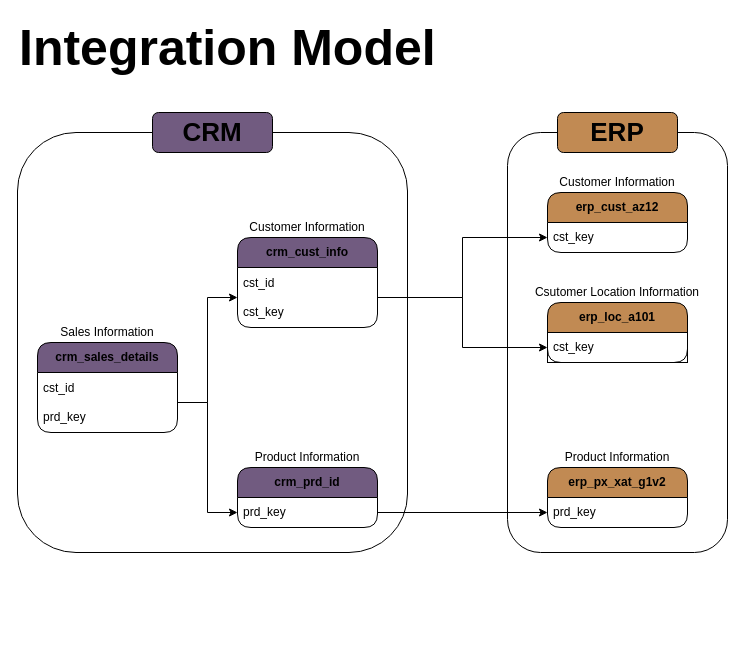
NickZuidema/SQL_CRM_ERP_Data_Warehouse keeps this draw.io diagram as data_architecture/integration_model.drawio. Above is the earlier version. Source tidied: cells renumbered, new cells numbered last; positions are measured from the earlier drawing's top-left corner, leaving out a move shared by most shapes. Both pictures are drawn from the tidied source at 100%, with x=0, y=0 at pixel (17, 32).
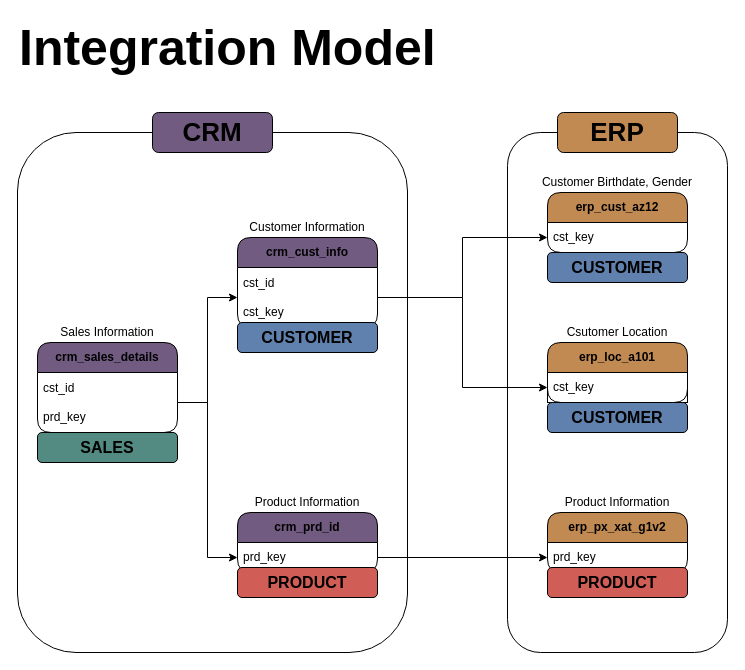
The same page after the edit.

Diff of the diagram source:
```diff
@@
+    <mxCell id="27" style="rounded=1;whiteSpace=wrap;html=1;fillColor=none;" parent="1" vertex="1">
+      <mxGeometry y="100" width="390" height="520" as="geometry" />
+    </mxCell>
     <mxCell id="2" style="rounded=1;whiteSpace=wrap;html=1;fillColor=none;" parent="1" vertex="1">
-      <mxGeometry x="490" y="100" width="220" height="420" as="geometry" />
+      <mxGeometry x="490" y="100" width="220" height="520" as="geometry" />
     </mxCell>
@@
     <mxCell id="9" value="crm_prd_id" style="swimlane;fontStyle=1;horizontal=1;startSize=30;whiteSpace=wrap;html=1;rounded=1;fillColor=#715B80;" parent="1" vertex="1">
-      <mxGeometry x="220" y="435" width="140" height="60" as="geometry" />
+      <mxGeometry x="220" y="480" width="140" height="60" as="geometry" />
     </mxCell>
@@
     <mxCell id="11" value="Product Information" style="text;html=1;whiteSpace=wrap;strokeColor=none;fillColor=none;align=center;verticalAlign=middle;rounded=0;" parent="1" vertex="1">
-      <mxGeometry x="230" y="415" width="120" height="20" as="geometry" />
+      <mxGeometry x="230" y="460" width="120" height="20" as="geometry" />
     </mxCell>
     <mxCell id="12" value="erp_px_xat_g1v2" style="swimlane;fontStyle=1;horizontal=1;startSize=30;whiteSpace=wrap;html=1;rounded=1;fillColor=#C18A53;" parent="1" vertex="1">
-      <mxGeometry x="530" y="435" width="140" height="60" as="geometry" />
+      <mxGeometry x="530" y="480" width="140" height="60" as="geometry" />
     </mxCell>
@@
     <mxCell id="14" value="Product Information" style="text;html=1;whiteSpace=wrap;strokeColor=none;fillColor=none;align=center;verticalAlign=middle;rounded=0;" parent="1" vertex="1">
-      <mxGeometry x="540" y="415" width="120" height="20" as="geometry" />
+      <mxGeometry x="540" y="460" width="120" height="20" as="geometry" />
     </mxCell>
@@
-    <mxCell id="17" value="Customer Information" style="text;html=1;whiteSpace=wrap;strokeColor=none;fillColor=none;align=center;verticalAlign=middle;rounded=0;" parent="1" vertex="1">
-      <mxGeometry x="540" y="140" width="120" height="20" as="geometry" />
+    <mxCell id="17" value="Customer Birthdate, Gender" style="text;html=1;whiteSpace=wrap;strokeColor=none;fillColor=none;align=center;verticalAlign=middle;rounded=0;" parent="1" vertex="1">
+      <mxGeometry x="520" y="140" width="160" height="20" as="geometry" />
     </mxCell>
     <mxCell id="18" value="erp_loc_a101" style="swimlane;fontStyle=1;horizontal=1;startSize=30;whiteSpace=wrap;html=1;rounded=1;fillColor=#C18A53;" parent="1" vertex="1">
-      <mxGeometry x="530" y="270" width="140" height="60" as="geometry" />
+      <mxGeometry x="530" y="310" width="140" height="60" as="geometry" />
     </mxCell>
@@
-    <mxCell id="20" value="Csutomer Location Information" style="text;html=1;whiteSpace=wrap;strokeColor=none;fillColor=none;align=center;verticalAlign=middle;rounded=0;" parent="1" vertex="1">
-      <mxGeometry x="515" y="250" width="170" height="20" as="geometry" />
+    <mxCell id="20" value="Csutomer Location" style="text;html=1;whiteSpace=wrap;strokeColor=none;fillColor=none;align=center;verticalAlign=middle;rounded=0;" parent="1" vertex="1">
+      <mxGeometry x="515" y="290" width="170" height="20" as="geometry" />
     </mxCell>
@@
-    <mxCell id="27" style="rounded=1;whiteSpace=wrap;html=1;fillColor=none;" parent="1" vertex="1">
-      <mxGeometry y="100" width="390" height="420" as="geometry" />
-    </mxCell>
@@
+    <mxCell id="30" value="&lt;font style=&quot;font-size: 16px;&quot;&gt;&lt;b&gt;PRODUCT&lt;/b&gt;&lt;/font&gt;" style="rounded=1;whiteSpace=wrap;html=1;fillColor=#D15D57;" parent="1" vertex="1">
+      <mxGeometry x="220" y="535" width="140" height="30" as="geometry" />
+    </mxCell>
+    <mxCell id="31" value="&lt;font style=&quot;font-size: 16px;&quot;&gt;&lt;b&gt;PRODUCT&lt;/b&gt;&lt;/font&gt;" style="rounded=1;whiteSpace=wrap;html=1;fillColor=#D15D57;" parent="1" vertex="1">
+      <mxGeometry x="530" y="535" width="140" height="30" as="geometry" />
+    </mxCell>
+    <mxCell id="32" value="&lt;font style=&quot;font-size: 16px;&quot;&gt;&lt;b&gt;CUSTOMER&lt;/b&gt;&lt;/font&gt;" style="rounded=1;whiteSpace=wrap;html=1;fillColor=#6081AD;" parent="1" vertex="1">
+      <mxGeometry x="220" y="290" width="140" height="30" as="geometry" />
+    </mxCell>
+    <mxCell id="33" value="&lt;font style=&quot;font-size: 16px;&quot;&gt;&lt;b&gt;CUSTOMER&lt;/b&gt;&lt;/font&gt;" style="rounded=1;whiteSpace=wrap;html=1;fillColor=#6081AD;" parent="1" vertex="1">
+      <mxGeometry x="530" y="370" width="140" height="30" as="geometry" />
+    </mxCell>
+    <mxCell id="34" value="&lt;font style=&quot;font-size: 16px;&quot;&gt;&lt;b&gt;CUSTOMER&lt;/b&gt;&lt;/font&gt;" style="rounded=1;whiteSpace=wrap;html=1;fillColor=#6081AD;" parent="1" vertex="1">
+      <mxGeometry x="530" y="220" width="140" height="30" as="geometry" />
+    </mxCell>
+    <mxCell id="35" value="&lt;font style=&quot;font-size: 16px;&quot;&gt;&lt;b&gt;SALES&lt;/b&gt;&lt;/font&gt;" style="rounded=1;whiteSpace=wrap;html=1;fillColor=#538A81;" parent="1" vertex="1">
+      <mxGeometry x="20" y="400" width="140" height="30" as="geometry" />
+    </mxCell>
```
